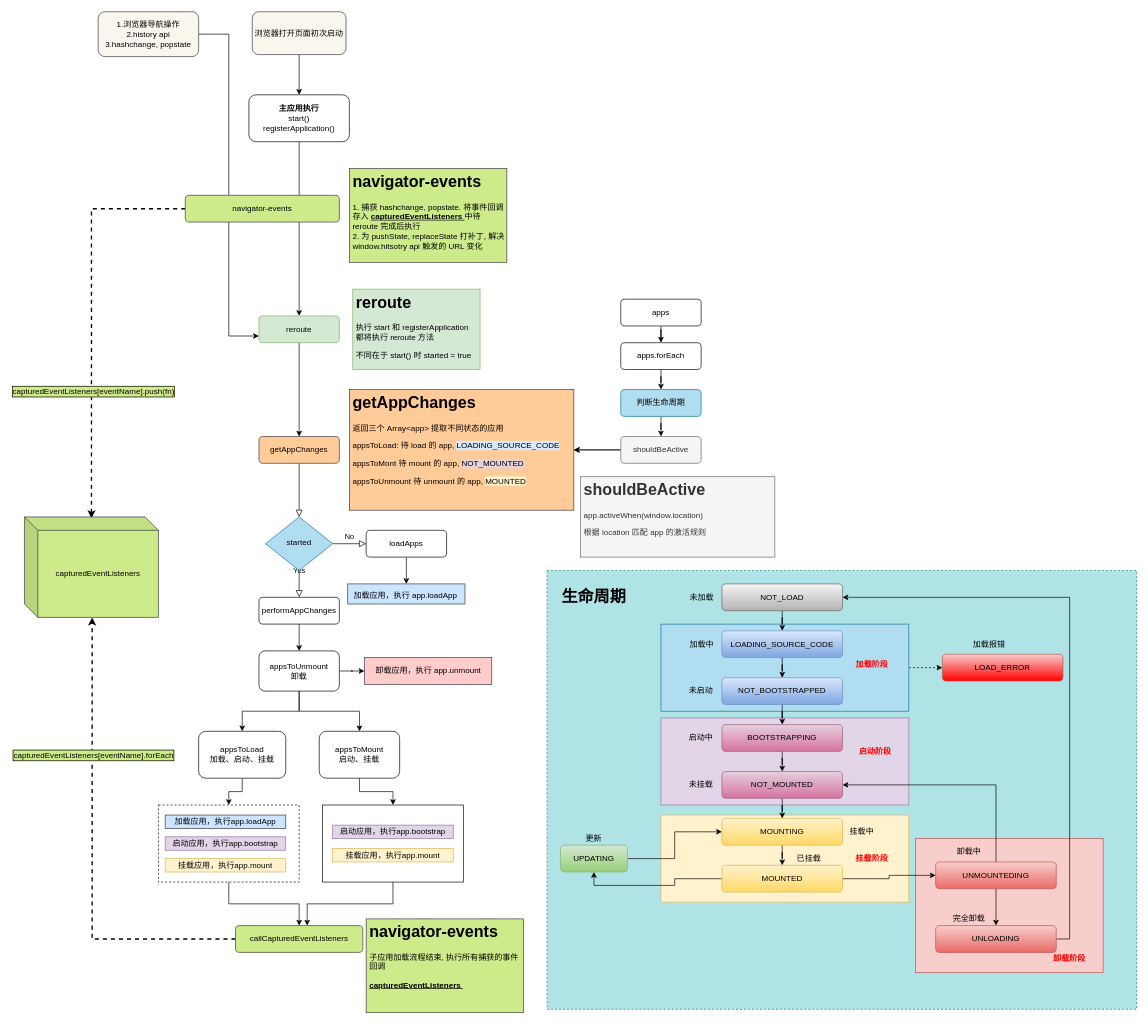
sfyr111/draw keeps this draw.io diagram as rerouter.drawio. Above is the earlier version. Source tidied: cells renumbered, new cells numbered last; positions are measured from the earlier drawing's top-left corner, leaving out a move shared by most shapes. Both pictures are drawn from the tidied source at 67%, with x=0, y=0 at pixel (24, 11).
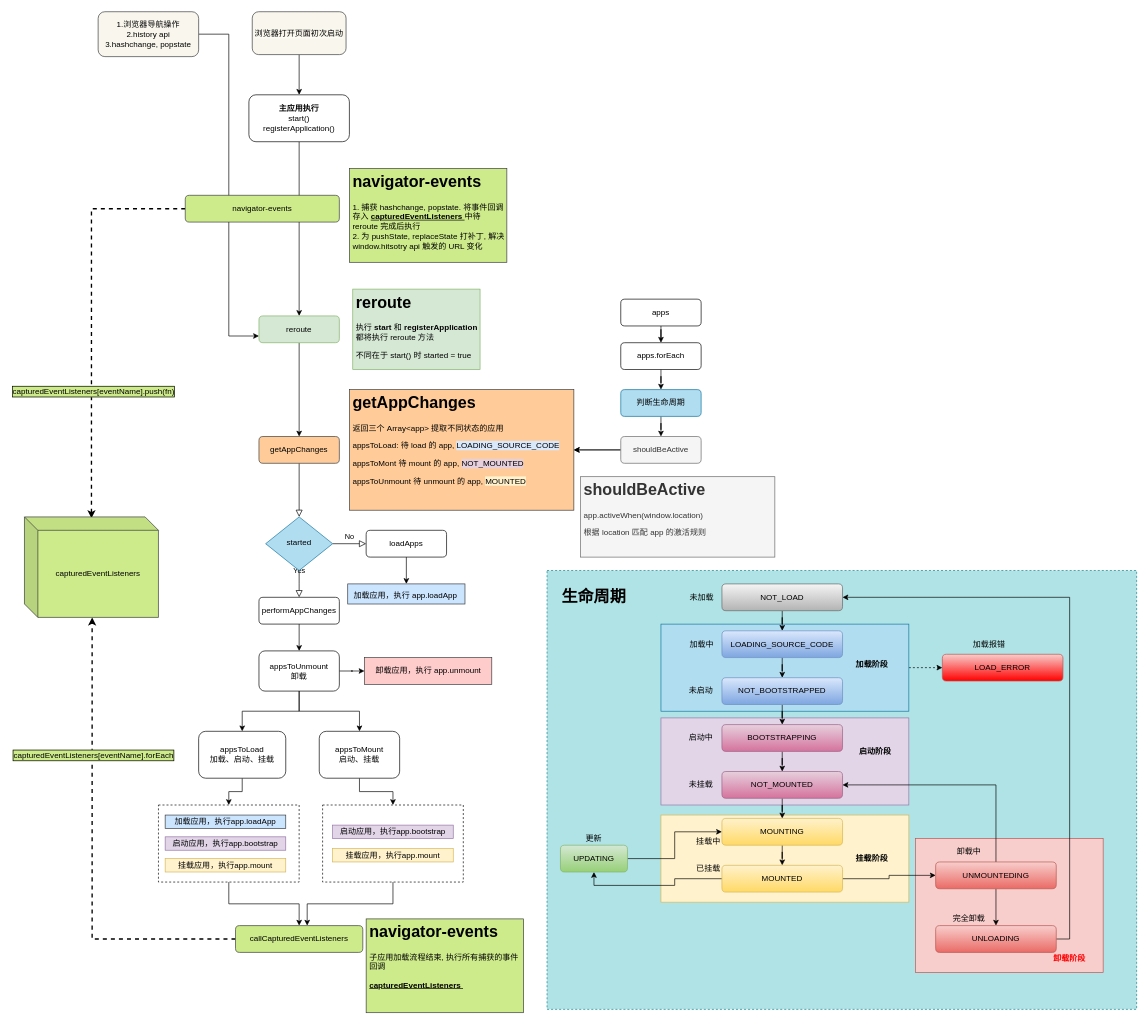
After the change.

Diff of the diagram source:
```diff
@@
-    <mxCell id="16" value="&lt;h1&gt;reroute&lt;/h1&gt;&lt;p&gt;执行 start 和 registerApplication&lt;br&gt;都将执行 reroute 方法&lt;/p&gt;&lt;p&gt;不同在于 start() 时 started = true&lt;/p&gt;" style="text;html=1;strokeColor=#82b366;fillColor=#d5e8d4;spacing=5;spacingTop=-20;whiteSpace=wrap;overflow=hidden;rounded=0;" parent="1" vertex="1">
+    <mxCell id="16" value="&lt;h1&gt;reroute&lt;/h1&gt;&lt;p&gt;执行 &lt;b&gt;start &lt;/b&gt;和 &lt;b&gt;registerApplication&lt;/b&gt;&lt;br&gt;都将执行 reroute 方法&lt;/p&gt;&lt;p&gt;不同在于 start() 时 started = true&lt;/p&gt;" style="text;html=1;strokeColor=#82b366;fillColor=#d5e8d4;spacing=5;spacingTop=-20;whiteSpace=wrap;overflow=hidden;rounded=0;" parent="1" vertex="1">
       <mxGeometry x="490" y="414" width="190" height="120" as="geometry" />
     </mxCell>
@@
-    <mxCell id="40" value="&lt;br&gt;" style="rounded=0;whiteSpace=wrap;html=1;align=center;" parent="1" vertex="1">
+    <mxCell id="40" value="&lt;br&gt;" style="rounded=0;whiteSpace=wrap;html=1;align=center;dashed=1;" parent="1" vertex="1">
       <mxGeometry x="445" y="1184" width="210" height="115" as="geometry" />
     </mxCell>
@@
     <mxCell id="88" value="挂载中" style="text;html=1;strokeColor=none;fillColor=none;align=center;verticalAlign=middle;whiteSpace=wrap;rounded=0;" parent="1" vertex="1">
-      <mxGeometry x="1230" y="1214" width="40" height="20" as="geometry" />
+      <mxGeometry x="1001" y="1229" width="40" height="20" as="geometry" />
     </mxCell>
     <mxCell id="89" value="已挂载" style="text;html=1;strokeColor=none;fillColor=none;align=center;verticalAlign=middle;whiteSpace=wrap;rounded=0;" parent="1" vertex="1">
-      <mxGeometry x="1151" y="1254" width="40" height="20" as="geometry" />
+      <mxGeometry x="1001" y="1269" width="40" height="20" as="geometry" />
     </mxCell>
@@
-    <mxCell id="93" value="加载阶段" style="text;html=1;strokeColor=none;fillColor=none;align=center;verticalAlign=middle;whiteSpace=wrap;rounded=0;fontStyle=1;fontColor=#FF0000;" parent="1" vertex="1">
+    <mxCell id="93" value="加载阶段" style="text;html=1;strokeColor=none;fillColor=none;align=center;verticalAlign=middle;whiteSpace=wrap;rounded=0;fontStyle=1;" parent="1" vertex="1">
       <mxGeometry x="1240" y="964" width="50" height="20" as="geometry" />
     </mxCell>
-    <mxCell id="94" value="启动阶段" style="text;html=1;strokeColor=none;fillColor=none;align=center;verticalAlign=middle;whiteSpace=wrap;rounded=0;fontStyle=1;fontColor=#FF0000;" parent="1" vertex="1">
+    <mxCell id="94" value="启动阶段" style="text;html=1;strokeColor=none;fillColor=none;align=center;verticalAlign=middle;whiteSpace=wrap;rounded=0;fontStyle=1;" parent="1" vertex="1">
       <mxGeometry x="1240" y="1094" width="60" height="20" as="geometry" />
     </mxCell>
-    <mxCell id="95" value="挂载阶段" style="text;html=1;strokeColor=none;fillColor=none;align=center;verticalAlign=middle;whiteSpace=wrap;rounded=0;fontStyle=1;fontColor=#FF0000;" parent="1" vertex="1">
+    <mxCell id="95" value="挂载阶段" style="text;html=1;strokeColor=none;fillColor=none;align=center;verticalAlign=middle;whiteSpace=wrap;rounded=0;fontStyle=1;" parent="1" vertex="1">
       <mxGeometry x="1235" y="1254" width="60" height="20" as="geometry" />
     </mxCell>
```
